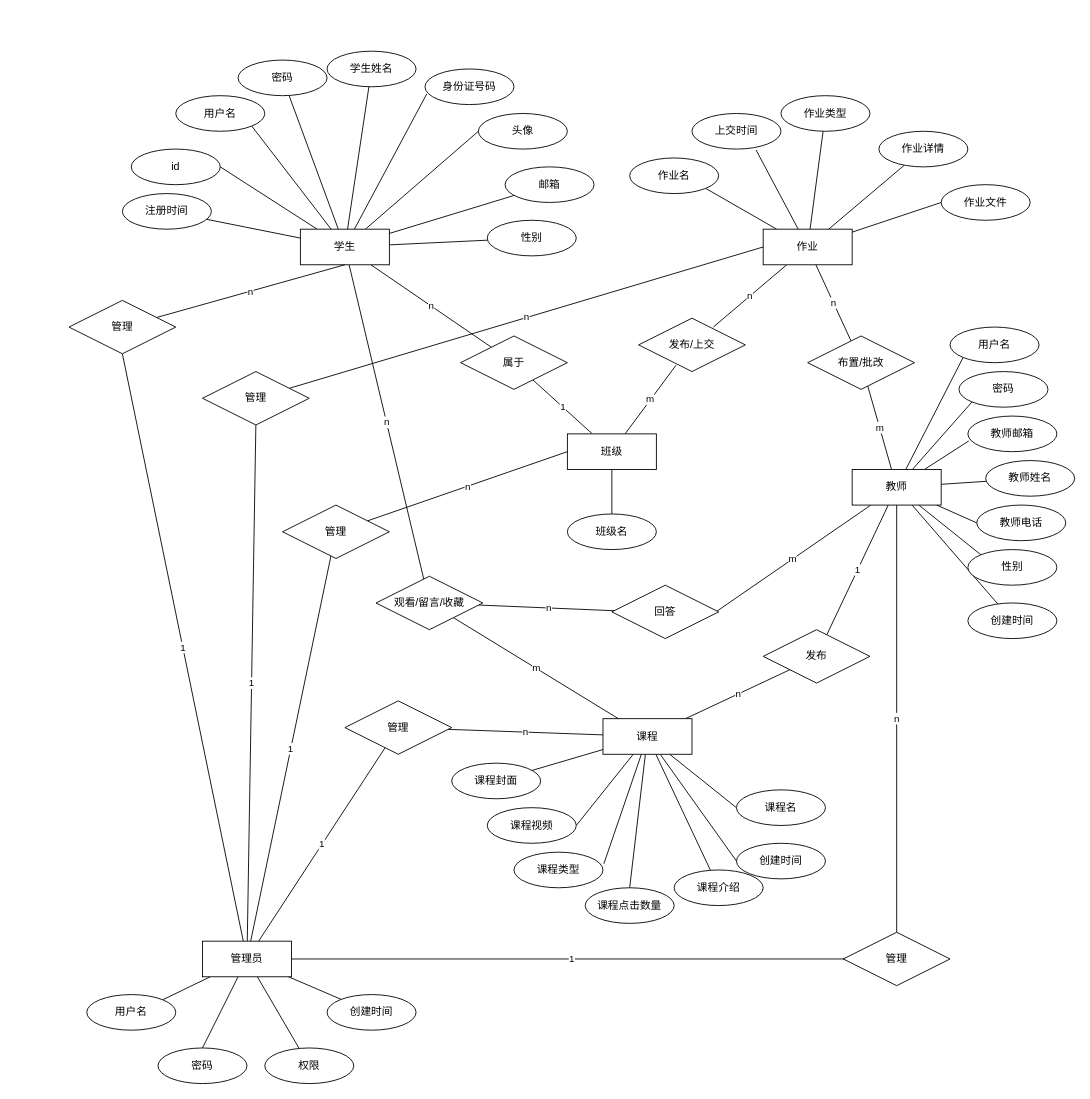
Earlier version of the draw.io diagram imgs/系统E-R图.drawio (jaclkliao/imgs). Source tidied: cells renumbered, new cells numbered last; positions are measured from the earlier drawing's top-left corner, leaving out a move shared by most shapes. Both pictures are drawn from the tidied source at 89%, with x=0, y=0 at pixel (69, 51).
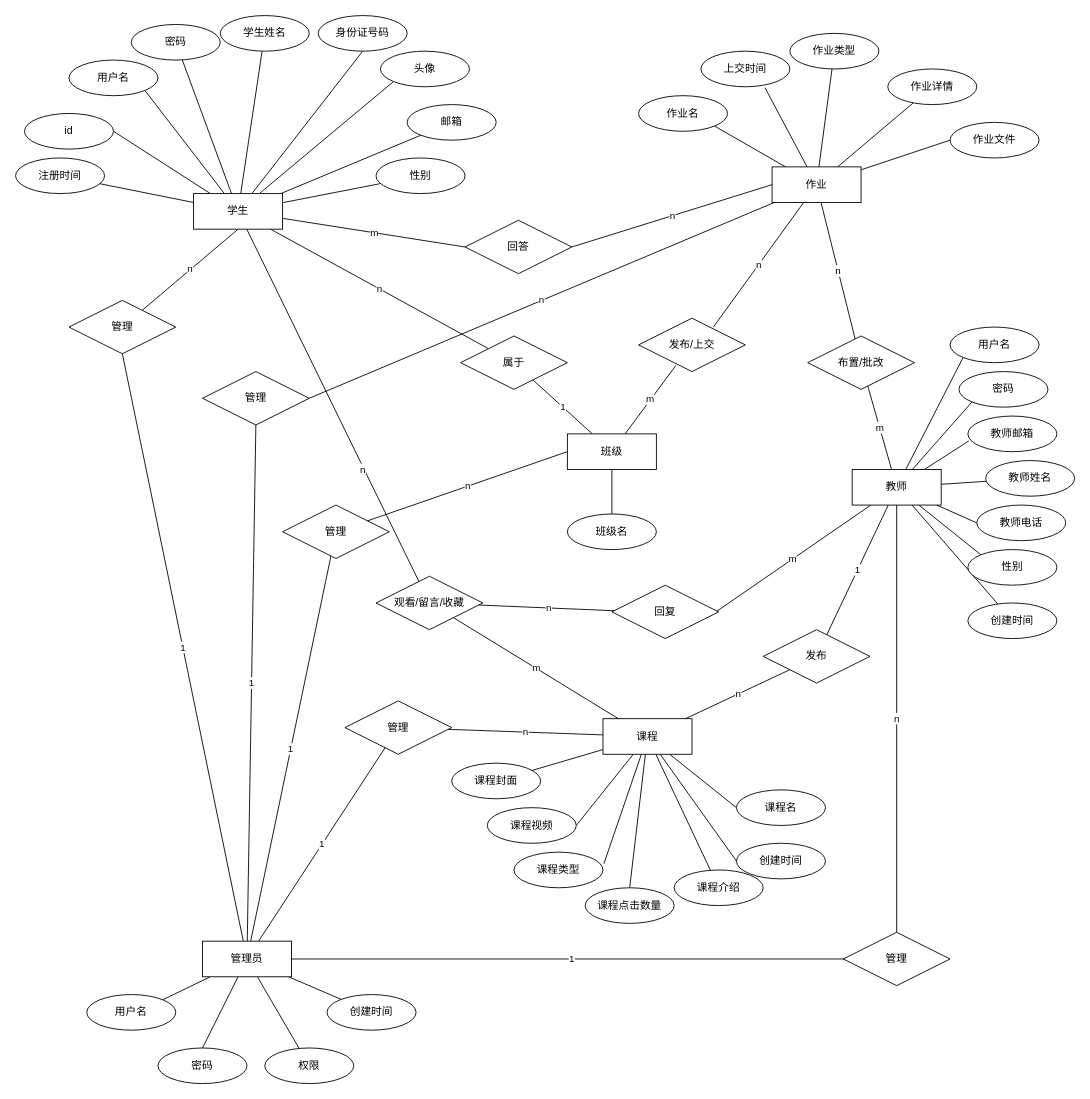
The same diagram, later.

Commit message:
更新系统E-R图.drawio

Unchanged cells that the change refers to:
```xml
<mxCell id="79" value="观看/留言/收藏" style="shape=rhombus;perimeter=rhombusPerimeter;whiteSpace=wrap;html=1;align=center;" parent="1" vertex="1">
  <mxGeometry x="345" y="590" width="120" height="60" as="geometry" />
</mxCell>
<mxCell id="106" value="管理" style="shape=rhombus;perimeter=rhombusPerimeter;whiteSpace=wrap;html=1;align=center;" parent="1" vertex="1">
  <mxGeometry x="150" y="360" width="120" height="60" as="geometry" />
</mxCell>
```

The edit, as a diff of the source:
```diff
@@
-    <mxCell id="6" style="edgeStyle=none;rounded=0;jettySize=auto;html=1;entryX=0.02;entryY=0.7;entryDx=0;entryDy=0;entryPerimeter=0;endArrow=none;endFill=0;" parent="1" edge="1" source="13" target="46">
+    <mxCell id="6" style="edgeStyle=none;rounded=0;jettySize=auto;html=1;entryX=0.5;entryY=1;entryDx=0;entryDy=0;endArrow=none;endFill=0;" parent="1" edge="1" source="13" target="46">
       <mxGeometry relative="1" as="geometry" />
     </mxCell>
-    <mxCell id="7" style="edgeStyle=none;rounded=0;jettySize=auto;html=1;endArrow=none;endFill=0;entryX=0;entryY=0.5;entryDx=0;entryDy=0;" parent="1" edge="1" source="13" target="47">
+    <mxCell id="7" style="edgeStyle=none;rounded=0;jettySize=auto;html=1;endArrow=none;endFill=0;entryX=0;entryY=1;entryDx=0;entryDy=0;" parent="1" edge="1" source="13" target="47">
       <mxGeometry relative="1" as="geometry" />
     </mxCell>
@@
     <mxCell id="12" value="n" style="edgeStyle=none;rounded=0;jettySize=auto;html=1;endArrow=none;endFill=0;" parent="1" edge="1" source="13" target="79">
-      <mxGeometry relative="1" as="geometry" />
+      <mxGeometry x="0.36" y="-2" relative="1" as="geometry" />
     </mxCell>
+    <mxCell id="107" value="m" style="rounded=0;jettySize=auto;html=1;endArrow=none;endFill=0;entryX=0;entryY=0.5;entryDx=0;entryDy=0;" parent="1" edge="1" source="13" target="109">
+      <mxGeometry relative="1" as="geometry" />
+    </mxCell>
     <mxCell id="13" value="学生" style="whiteSpace=wrap;html=1;align=center;" parent="1" vertex="1">
-      <mxGeometry x="260" y="200" width="100" height="40" as="geometry" />
+      <mxGeometry x="140" y="160" width="100" height="40" as="geometry" />
     </mxCell>
@@
     <mxCell id="41" value="作业" style="whiteSpace=wrap;html=1;align=center;" parent="1" vertex="1">
-      <mxGeometry x="780" y="200" width="100" height="40" as="geometry" />
+      <mxGeometry x="790" y="130" width="100" height="40" as="geometry" />
     </mxCell>
     <mxCell id="42" value="id" style="ellipse;whiteSpace=wrap;html=1;align=center;" parent="1" vertex="1">
-      <mxGeometry x="70" y="110" width="100" height="40" as="geometry" />
+      <mxGeometry x="-50" y="70" width="100" height="40" as="geometry" />
     </mxCell>
     <mxCell id="43" value="用户名" style="ellipse;whiteSpace=wrap;html=1;align=center;" parent="1" vertex="1">
-      <mxGeometry x="120" y="50" width="100" height="40" as="geometry" />
+      <mxGeometry y="10" width="100" height="40" as="geometry" />
     </mxCell>
     <mxCell id="44" value="密码" style="ellipse;whiteSpace=wrap;html=1;align=center;" parent="1" vertex="1">
-      <mxGeometry x="190" y="10" width="100" height="40" as="geometry" />
+      <mxGeometry x="70" y="-30" width="100" height="40" as="geometry" />
     </mxCell>
     <mxCell id="45" value="学生姓名" style="ellipse;whiteSpace=wrap;html=1;align=center;" parent="1" vertex="1">
-      <mxGeometry x="290" width="100" height="40" as="geometry" />
+      <mxGeometry x="170" y="-40" width="100" height="40" as="geometry" />
     </mxCell>
     <mxCell id="46" value="身份证号码" style="ellipse;whiteSpace=wrap;html=1;align=center;" parent="1" vertex="1">
-      <mxGeometry x="400" y="20" width="100" height="40" as="geometry" />
+      <mxGeometry x="280" y="-40" width="100" height="40" as="geometry" />
     </mxCell>
     <mxCell id="47" value="头像" style="ellipse;whiteSpace=wrap;html=1;align=center;" parent="1" vertex="1">
-      <mxGeometry x="460" y="70" width="100" height="40" as="geometry" />
+      <mxGeometry x="350" width="100" height="40" as="geometry" />
     </mxCell>
     <mxCell id="48" value="性别" style="ellipse;whiteSpace=wrap;html=1;align=center;" parent="1" vertex="1">
-      <mxGeometry x="470" y="190" width="100" height="40" as="geometry" />
+      <mxGeometry x="345" y="120" width="100" height="40" as="geometry" />
     </mxCell>
     <mxCell id="49" value="邮箱" style="ellipse;whiteSpace=wrap;html=1;align=center;" parent="1" vertex="1">
-      <mxGeometry x="490" y="130" width="100" height="40" as="geometry" />
+      <mxGeometry x="380" y="60" width="100" height="40" as="geometry" />
     </mxCell>
     <mxCell id="50" value="注册时间" style="ellipse;whiteSpace=wrap;html=1;align=center;" parent="1" vertex="1">
-      <mxGeometry x="60" y="160" width="100" height="40" as="geometry" />
+      <mxGeometry x="-60" y="120" width="100" height="40" as="geometry" />
     </mxCell>
@@
     <mxCell id="57" value="作业类型" style="ellipse;whiteSpace=wrap;html=1;align=center;" parent="1" vertex="1">
-      <mxGeometry x="800" y="50" width="100" height="40" as="geometry" />
+      <mxGeometry x="810" y="-20" width="100" height="40" as="geometry" />
     </mxCell>
     <mxCell id="58" value="上交时间" style="ellipse;whiteSpace=wrap;html=1;align=center;" parent="1" vertex="1">
-      <mxGeometry x="700" y="70" width="100" height="40" as="geometry" />
+      <mxGeometry x="710" width="100" height="40" as="geometry" />
     </mxCell>
     <mxCell id="59" value="作业详情" style="ellipse;whiteSpace=wrap;html=1;align=center;" parent="1" vertex="1">
-      <mxGeometry x="910" y="90" width="100" height="40" as="geometry" />
+      <mxGeometry x="920" y="20" width="100" height="40" as="geometry" />
     </mxCell>
     <mxCell id="60" value="作业文件" style="ellipse;whiteSpace=wrap;html=1;align=center;" parent="1" vertex="1">
-      <mxGeometry x="980" y="150" width="100" height="40" as="geometry" />
+      <mxGeometry x="990" y="80" width="100" height="40" as="geometry" />
     </mxCell>
     <mxCell id="61" value="作业名" style="ellipse;whiteSpace=wrap;html=1;align=center;" parent="1" vertex="1">
-      <mxGeometry x="630" y="120" width="100" height="40" as="geometry" />
+      <mxGeometry x="640" y="50" width="100" height="40" as="geometry" />
     </mxCell>
@@
-    <mxCell id="96" value="回答" style="shape=rhombus;perimeter=rhombusPerimeter;whiteSpace=wrap;html=1;align=center;" parent="1" vertex="1">
+    <mxCell id="96" value="回复" style="shape=rhombus;perimeter=rhombusPerimeter;whiteSpace=wrap;html=1;align=center;" parent="1" vertex="1">
       <mxGeometry x="610" y="600" width="120" height="60" as="geometry" />
     </mxCell>
@@
-    <mxCell id="105" value="n" style="edgeStyle=none;rounded=0;jettySize=auto;html=1;entryX=0;entryY=0.5;entryDx=0;entryDy=0;endArrow=none;endFill=0;" parent="1" edge="1" source="106" target="41">
+    <mxCell id="105" value="n" style="edgeStyle=none;rounded=0;jettySize=auto;html=1;endArrow=none;endFill=0;exitX=1;exitY=0.5;exitDx=0;exitDy=0;" parent="1" edge="1" source="106" target="41">
       <mxGeometry relative="1" as="geometry" />
     </mxCell>
@@
+    <mxCell id="108" value="n" style="rounded=0;jettySize=auto;html=1;entryX=0;entryY=0.5;entryDx=0;entryDy=0;endArrow=none;endFill=0;exitX=1;exitY=0.5;exitDx=0;exitDy=0;" parent="1" edge="1" source="109" target="41">
+      <mxGeometry relative="1" as="geometry" />
+    </mxCell>
+    <mxCell id="109" value="回答" style="shape=rhombus;perimeter=rhombusPerimeter;whiteSpace=wrap;html=1;align=center;" parent="1" vertex="1">
+      <mxGeometry x="445" y="190" width="120" height="60" as="geometry" />
+    </mxCell>
```
